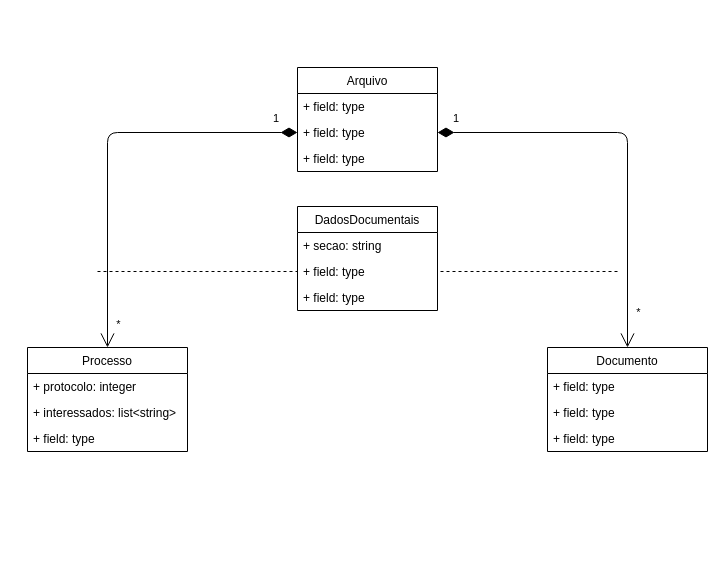
Above: modelo_conceitual.drawio in IsacSouzaCampos/ES_I-GED (draw.io), before the change. Source tidied: cells renumbered, new cells numbered last; positions are measured from the earlier drawing's top-left corner, leaving out a move shared by most shapes. Both pictures are drawn from the tidied source at 100%, with x=0, y=0 at pixel (27, 67).
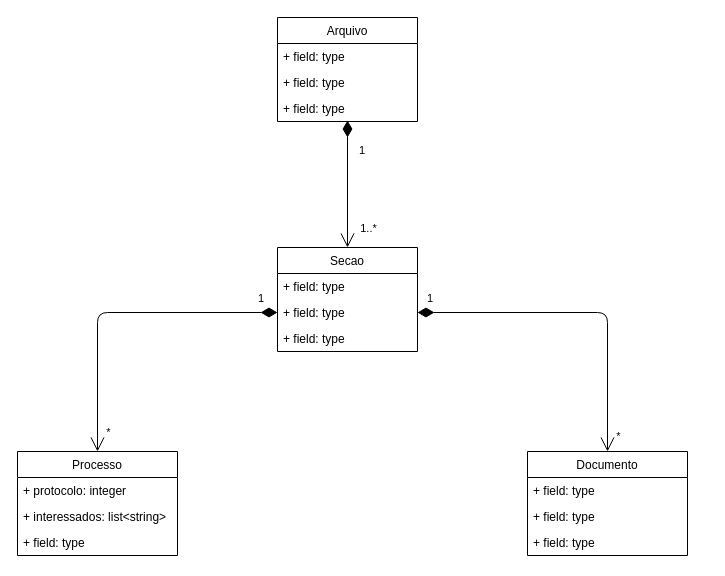
The same page after the edit.

The change refers to these unchanged cells:
```xml
<mxCell id="8" value="+ field: type" style="text;strokeColor=none;fillColor=none;align=left;verticalAlign=top;spacingLeft=4;spacingRight=4;overflow=hidden;points=[[0,0.5],[1,0.5]];portConstraint=eastwest;" parent="6" vertex="1">
  <mxGeometry y="52" width="140" height="26" as="geometry" />
</mxCell>
<mxCell id="9" value="+ field: type" style="text;strokeColor=none;fillColor=none;align=left;verticalAlign=top;spacingLeft=4;spacingRight=4;overflow=hidden;points=[[0,0.5],[1,0.5]];portConstraint=eastwest;" parent="6" vertex="1">
  <mxGeometry y="78" width="140" height="26" as="geometry" />
</mxCell>
```

The edit, as a diff of the source:
```diff
@@
-    <mxCell id="2" value="1" style="endArrow=open;html=1;endSize=12;startArrow=diamondThin;startSize=14;startFill=1;edgeStyle=orthogonalEdgeStyle;align=left;verticalAlign=bottom;entryX=0.5;entryY=0;entryDx=0;entryDy=0;" parent="1" edge="1" source="8" target="15">
-      <mxGeometry x="-0.87" y="-5" relative="1" as="geometry" />
+    <mxCell id="2" value="1" style="endArrow=open;html=1;endSize=12;startArrow=diamondThin;startSize=14;startFill=1;edgeStyle=orthogonalEdgeStyle;align=left;verticalAlign=bottom;entryX=0.5;entryY=0;entryDx=0;entryDy=0;exitX=0;exitY=0.5;exitDx=0;exitDy=0;" parent="1" edge="1" source="12" target="15">
+      <mxGeometry x="-0.87" y="-5" relative="1" as="geometry">
+        <Array as="points">
+          <mxPoint x="70" y="245" />
+        </Array>
+      </mxGeometry>
     </mxCell>
@@
-    <mxCell id="4" value="1" style="endArrow=open;html=1;endSize=12;startArrow=diamondThin;startSize=14;startFill=1;edgeStyle=orthogonalEdgeStyle;align=left;verticalAlign=bottom;exitX=1;exitY=0.5;exitDx=0;exitDy=0;entryX=0.5;entryY=0;entryDx=0;entryDy=0;" parent="1" edge="1" source="8" target="19">
-      <mxGeometry x="-0.93" y="5" relative="1" as="geometry" />
-    </mxCell>
-    <mxCell id="5" value="*" style="edgeLabel;html=1;align=center;verticalAlign=middle;" parent="4" vertex="1">
-      <mxGeometry x="0.72" relative="1" as="geometry">
-        <mxPoint x="10" y="21.7" as="offset" />
-      </mxGeometry>
-    </mxCell>
     <mxCell id="6" value="Arquivo" style="swimlane;fontStyle=0;horizontal=1;startSize=26;fillColor=none;" parent="1" vertex="1">
-      <mxGeometry x="270" width="140" height="104" as="geometry" />
+      <mxGeometry x="250" y="-50" width="140" height="104" as="geometry" />
     </mxCell>
@@
-    <mxCell id="10" value="DadosDocumentais" style="swimlane;fontStyle=0;horizontal=1;startSize=26;fillColor=none;" parent="1" vertex="1">
-      <mxGeometry x="270" y="139" width="140" height="104" as="geometry" />
-    </mxCell>
-    <mxCell id="11" value="+ secao: string" style="text;strokeColor=none;fillColor=none;align=left;verticalAlign=top;spacingLeft=4;spacingRight=4;overflow=hidden;" parent="10" vertex="1">
-      <mxGeometry y="26" width="140" height="26" as="geometry" />
-    </mxCell>
-    <mxCell id="12" value="+ field: type" style="text;strokeColor=none;fillColor=none;align=left;verticalAlign=top;spacingLeft=4;spacingRight=4;overflow=hidden;points=[[0,0.5],[1,0.5]];portConstraint=eastwest;" parent="10" vertex="1">
-      <mxGeometry y="52" width="140" height="26" as="geometry" />
-    </mxCell>
-    <mxCell id="13" value="+ field: type" style="text;strokeColor=none;fillColor=none;align=left;verticalAlign=top;spacingLeft=4;spacingRight=4;overflow=hidden;" parent="10" vertex="1">
-      <mxGeometry y="78" width="140" height="26" as="geometry" />
-    </mxCell>
-    <mxCell id="14" style="endArrow=none;dashed=1;html=1;entryX=0;entryY=0.5;entryDx=0;entryDy=0;" parent="1" edge="1" target="12">
-      <mxGeometry relative="1" as="geometry">
-        <mxPoint x="70" y="204" as="sourcePoint" />
-      </mxGeometry>
-    </mxCell>
     <mxCell id="15" value="Processo" style="swimlane;fontStyle=0;horizontal=1;startSize=26;fillColor=none;" parent="1" vertex="1">
-      <mxGeometry y="280" width="160" height="104" as="geometry" />
+      <mxGeometry x="-10" y="384" width="160" height="104" as="geometry" />
     </mxCell>
@@
     <mxCell id="19" value="Documento" style="swimlane;fontStyle=0;horizontal=1;startSize=26;fillColor=none;" parent="1" vertex="1">
-      <mxGeometry x="520" y="280" width="160" height="104" as="geometry" />
+      <mxGeometry x="500" y="384" width="160" height="104" as="geometry" />
     </mxCell>
@@
-    <mxCell id="23" style="endArrow=none;dashed=1;html=1;entryX=1;entryY=0.5;entryDx=0;entryDy=0;" parent="1" edge="1" target="12">
-      <mxGeometry relative="1" as="geometry">
-        <mxPoint x="590" y="204" as="sourcePoint" />
-      </mxGeometry>
-    </mxCell>
+    <mxCell id="4" value="1" style="endArrow=open;html=1;endSize=12;startArrow=diamondThin;startSize=14;startFill=1;edgeStyle=orthogonalEdgeStyle;align=left;verticalAlign=bottom;exitX=1;exitY=0.5;exitDx=0;exitDy=0;entryX=0.5;entryY=0;entryDx=0;entryDy=0;" parent="1" edge="1" source="12" target="19">
+      <mxGeometry x="-0.95" y="5" relative="1" as="geometry" />
+    </mxCell>
+    <mxCell id="5" value="*" style="edgeLabel;html=1;align=center;verticalAlign=middle;" parent="4" vertex="1">
+      <mxGeometry x="0.61" y="-4" relative="1" as="geometry">
+        <mxPoint x="14" y="48" as="offset" />
+      </mxGeometry>
+    </mxCell>
+    <mxCell id="24" value="Secao" style="swimlane;fontStyle=0;horizontal=1;startSize=26;fillColor=none;" parent="1" vertex="1">
+      <mxGeometry x="250" y="180" width="140" height="104" as="geometry" />
+    </mxCell>
+    <mxCell id="25" value="+ field: type" style="text;strokeColor=none;fillColor=none;align=left;verticalAlign=top;spacingLeft=4;spacingRight=4;overflow=hidden;" parent="24" vertex="1">
+      <mxGeometry y="26" width="140" height="26" as="geometry" />
+    </mxCell>
+    <mxCell id="12" value="+ field: type" style="text;strokeColor=none;fillColor=none;align=left;verticalAlign=top;spacingLeft=4;spacingRight=4;overflow=hidden;points=[[0,0.5],[1,0.5]];portConstraint=eastwest;" parent="24" vertex="1">
+      <mxGeometry y="52" width="140" height="26" as="geometry" />
+    </mxCell>
+    <mxCell id="13" value="+ field: type" style="text;strokeColor=none;fillColor=none;align=left;verticalAlign=top;spacingLeft=4;spacingRight=4;overflow=hidden;" parent="24" vertex="1">
+      <mxGeometry y="78" width="140" height="26" as="geometry" />
+    </mxCell>
+    <mxCell id="26" value="1" style="endArrow=open;html=1;endSize=12;startArrow=diamondThin;startSize=14;startFill=1;edgeStyle=orthogonalEdgeStyle;align=left;verticalAlign=bottom;exitX=0.5;exitY=0.962;exitDx=0;exitDy=0;exitPerimeter=0;entryX=0.5;entryY=0;entryDx=0;entryDy=0;" parent="1" edge="1" source="9" target="24">
+      <mxGeometry x="-0.38" y="10" relative="1" as="geometry" />
+    </mxCell>
+    <mxCell id="27" value="1..*" style="edgeLabel;html=1;align=center;verticalAlign=middle;" parent="26" vertex="1">
+      <mxGeometry x="0.2" y="-1" relative="1" as="geometry">
+        <mxPoint x="21" y="31" as="offset" />
+      </mxGeometry>
+    </mxCell>
```
